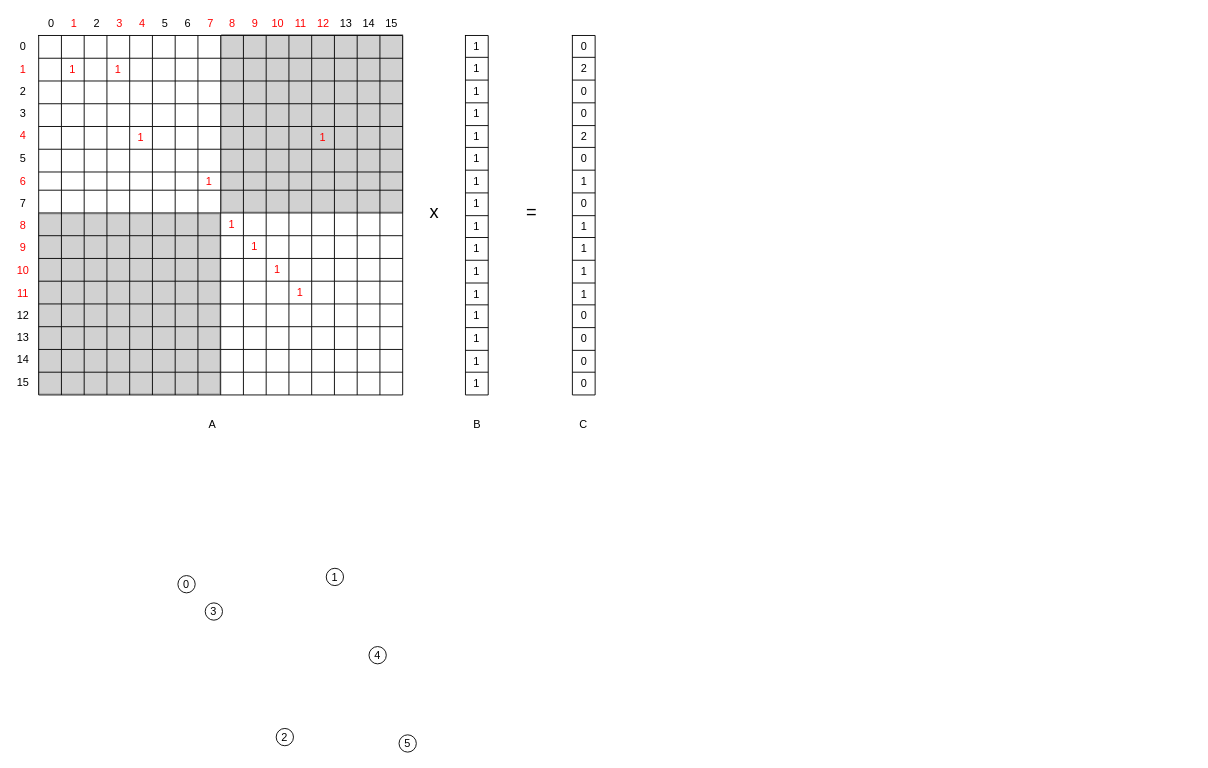
Above: sparse_matrix.drawio in gaohongy/drawio (draw.io), before the change. Source tidied: cells renumbered, new cells numbered last; positions are measured from the earlier drawing's top-left corner, leaving out a move shared by most shapes. Both pictures are drawn from the tidied source at 91%, with x=0, y=0 at pixel (15, 15).
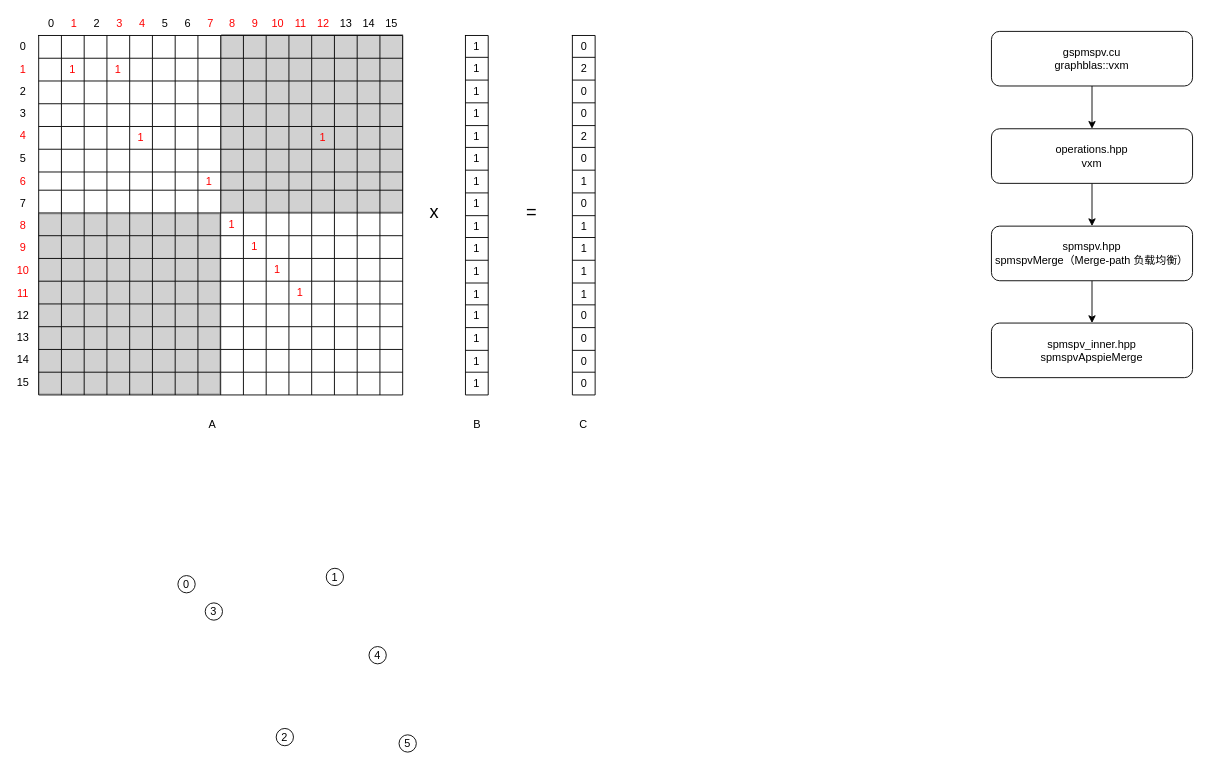
The same diagram, later.

Diff of the diagram source:
```diff
@@
+    <mxCell id="386" style="edgeStyle=orthogonalEdgeStyle;rounded=0;jettySize=auto;html=1;exitX=0.5;exitY=1;exitDx=0;exitDy=0;entryX=0.5;entryY=0;entryDx=0;entryDy=0;" parent="1" edge="1" source="387" target="389">
+      <mxGeometry relative="1" as="geometry" />
+    </mxCell>
+    <mxCell id="387" value="gspmspv.cu&lt;div&gt;graphblas::vxm&lt;br&gt;&lt;/div&gt;" style="rounded=1;whiteSpace=wrap;html=1;" parent="1" vertex="1">
+      <mxGeometry x="1072" y="17" width="221" height="60" as="geometry" />
+    </mxCell>
+    <mxCell id="388" style="edgeStyle=orthogonalEdgeStyle;rounded=0;jettySize=auto;html=1;exitX=0.5;exitY=1;exitDx=0;exitDy=0;entryX=0.5;entryY=0;entryDx=0;entryDy=0;" parent="1" edge="1" source="389" target="391">
+      <mxGeometry relative="1" as="geometry" />
+    </mxCell>
+    <mxCell id="389" value="operations.hpp&lt;div&gt;vxm&lt;br&gt;&lt;/div&gt;" style="rounded=1;whiteSpace=wrap;html=1;" parent="1" vertex="1">
+      <mxGeometry x="1072" y="124" width="221" height="60" as="geometry" />
+    </mxCell>
+    <mxCell id="390" style="edgeStyle=orthogonalEdgeStyle;rounded=0;jettySize=auto;html=1;exitX=0.5;exitY=1;exitDx=0;exitDy=0;entryX=0.5;entryY=0;entryDx=0;entryDy=0;" parent="1" edge="1" source="391" target="392">
+      <mxGeometry relative="1" as="geometry" />
+    </mxCell>
+    <mxCell id="391" value="spmspv.hpp&lt;div&gt;spmspvMerge（Merge-path 负载均衡）&lt;br&gt;&lt;/div&gt;" style="rounded=1;whiteSpace=wrap;html=1;" parent="1" vertex="1">
+      <mxGeometry x="1072" y="231" width="221" height="60" as="geometry" />
+    </mxCell>
+    <mxCell id="392" value="spmspv_inner.hpp&lt;div&gt;spmspvApspieMerge&lt;br&gt;&lt;/div&gt;" style="rounded=1;whiteSpace=wrap;html=1;" parent="1" vertex="1">
+      <mxGeometry x="1072" y="337.5" width="221" height="60" as="geometry" />
+    </mxCell>
```
